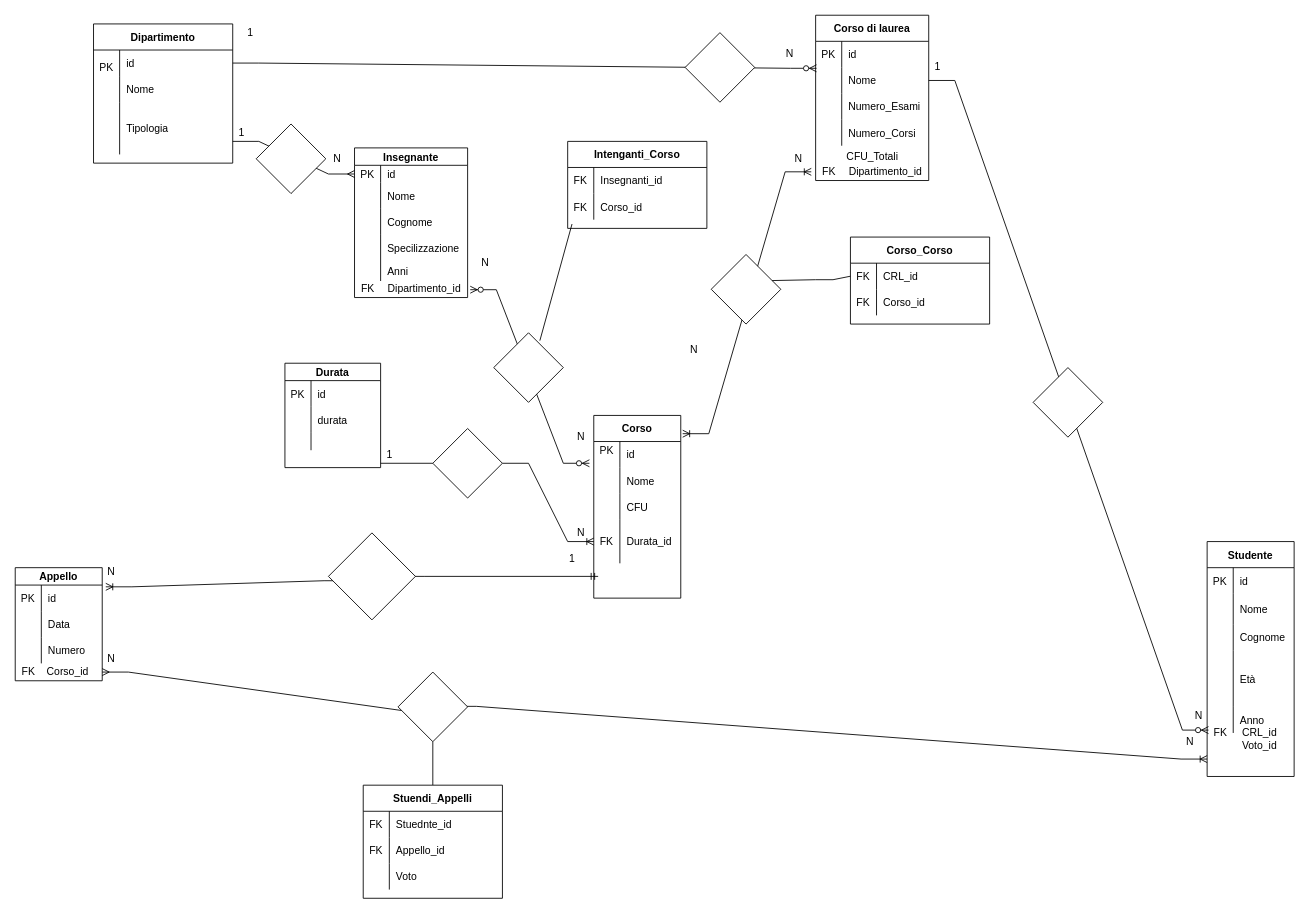
Earlier version of the draw.io diagram Db-Uni.drawio (MilanStojko/db-university). Source tidied: cells renumbered, new cells numbered last; positions are measured from the earlier drawing's top-left corner, leaving out a move shared by most shapes. Both pictures are drawn from the tidied source at 87%, with x=0, y=0 at pixel (15, 15).
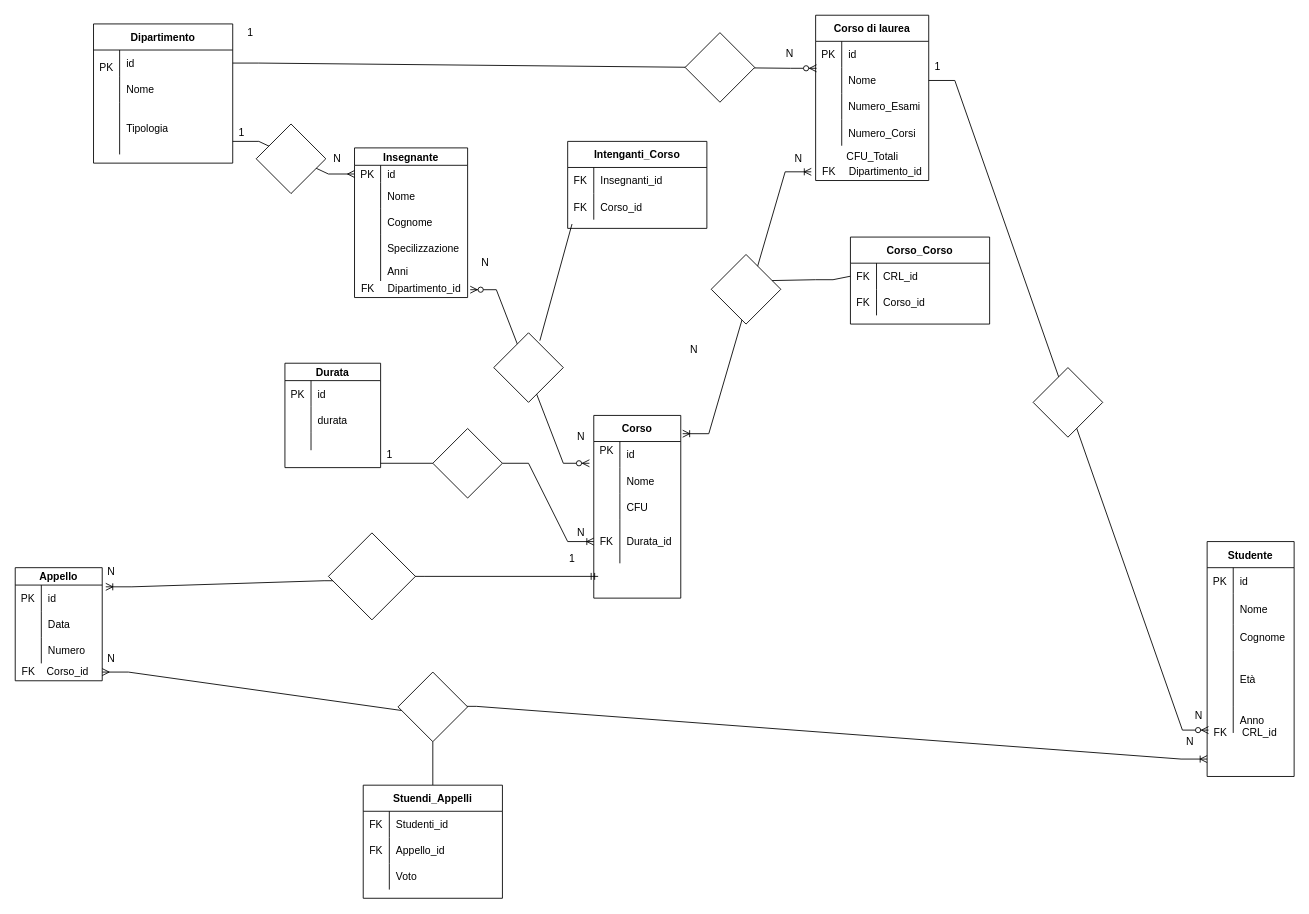
The same page after the edit.

Unchanged cells that the change refers to:
```xml
<mxCell id="142" style="shape=partialRectangle;fillColor=none;top=0;left=0;right=0;bottom=0;" parent="141" vertex="1">
  <mxGeometry y="30" width="160" height="30" as="geometry" />
</mxCell>
```

Diff of the diagram source:
```diff
@@
-    <mxCell id="135" value="Voto_id" style="text;html=1;align=center;verticalAlign=middle;strokeColor=none;fillColor=none;" parent="1" vertex="1">
-      <mxGeometry x="1400" y="830" width="60" height="20" as="geometry" />
-    </mxCell>
@@
-    <mxCell id="144" value="Stuednte_id" style="shape=partialRectangle;overflow=hidden;fillColor=none;top=0;left=0;bottom=0;right=0;align=left;spacingLeft=6;" parent="142" vertex="1">
+    <mxCell id="144" value="Studenti_id" style="shape=partialRectangle;overflow=hidden;fillColor=none;top=0;left=0;bottom=0;right=0;align=left;spacingLeft=6;" parent="142" vertex="1">
       <mxGeometry x="30" width="130" height="30" as="geometry" />
     </mxCell>
```
